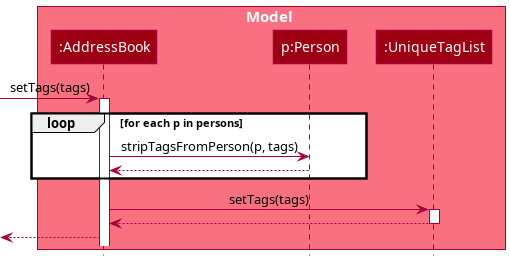
nus-cs2103-AY2122S2/tp keeps this PlantUML diagram as docs/images/AddressBookSetTagsSequenceDiagram.png. Above is the earlier version. Source of this version:
```plantuml
@startuml
!include style.puml

box Model MODEL_COLOR_T1
participant  ":AddressBook" as AddressBook MODEL_COLOR
participant "p:Person" as Person MODEL_COLOR
participant ":UniqueTagList" as UniqueTagList MODEL_COLOR
end box

[-> AddressBook : setTags(tags)
activate AddressBook
loop for each p in persons
    AddressBook -> Person : stripTagsFromPerson(p, tags)
    Person --> AddressBook
end

AddressBook -> UniqueTagList : setTags(tags)
activate UniqueTagList
UniqueTagList --> AddressBook
deactivate UniqueTagList
[<-- AddressBook

@enduml
```
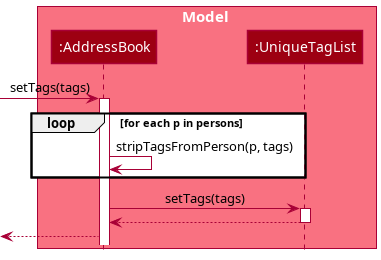
After the commit.

Commit message:
Replace sequence diagram

Diff of the diagram source:
```diff
@@ -3,15 +3,13 @@
 
 box Model MODEL_COLOR_T1
 participant  ":AddressBook" as AddressBook MODEL_COLOR
-participant "p:Person" as Person MODEL_COLOR
 participant ":UniqueTagList" as UniqueTagList MODEL_COLOR
 end box
 
 [-> AddressBook : setTags(tags)
 activate AddressBook
 loop for each p in persons
-    AddressBook -> Person : stripTagsFromPerson(p, tags)
-    Person --> AddressBook
+    AddressBook -> AddressBook : stripTagsFromPerson(p, tags)
 end
 
 AddressBook -> UniqueTagList : setTags(tags)
```
